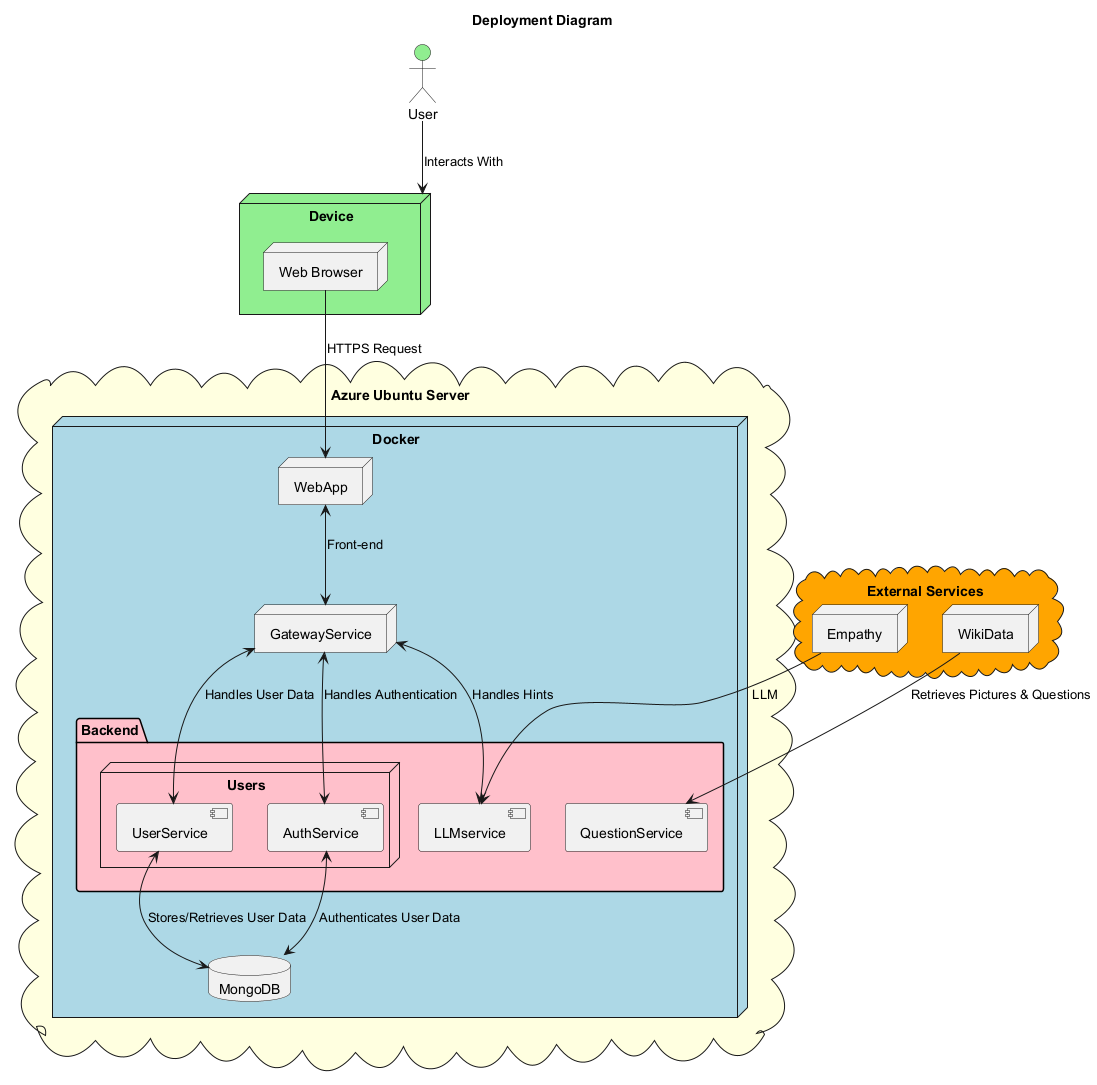
This is images/Deployment-View.png from Arquisoft/wichat_en3b, a PlantUML export, as it was before one commit. Source of this version:
```plantuml
@startuml
title Deployment Diagram

actor "User" as user #lightgreen

node Device as device #lightgreen {
    node "Web Browser" as browser
}

cloud "Azure Ubuntu Server" as server #lightyellow {
    node "Docker" as docker #lightblue {
        node "WebApp" as webapp
        node "GatewayService" as gateway
        database "MongoDB" as db

        folder "Backend" as microservices #pink {
            node "Users" as users {
              component "AuthService" as authservice
              component "UserService" as userservice
            }
            component "LLMservice" as llmservice
            component "QuestionService" as questionservice
        }
    }

}

cloud "External Services" as external #orange {
    node "WikiData" as wikidata
    node "Empathy" as empathy
}

user --> device : Interacts With
browser --> webapp : HTTPS Request
webapp <--> gateway : Front-end
gateway <--> authservice : Handles Authentication
gateway <--> userservice : Handles User Data
gateway <--> llmservice : Handles Hints
empathy --> llmservice : LLM
wikidata --> questionservice : Retrieves Pictures & Questions
userservice <--> db : Stores/Retrieves User Data
authservice <--> db : Authenticates User Data

@enduml
```
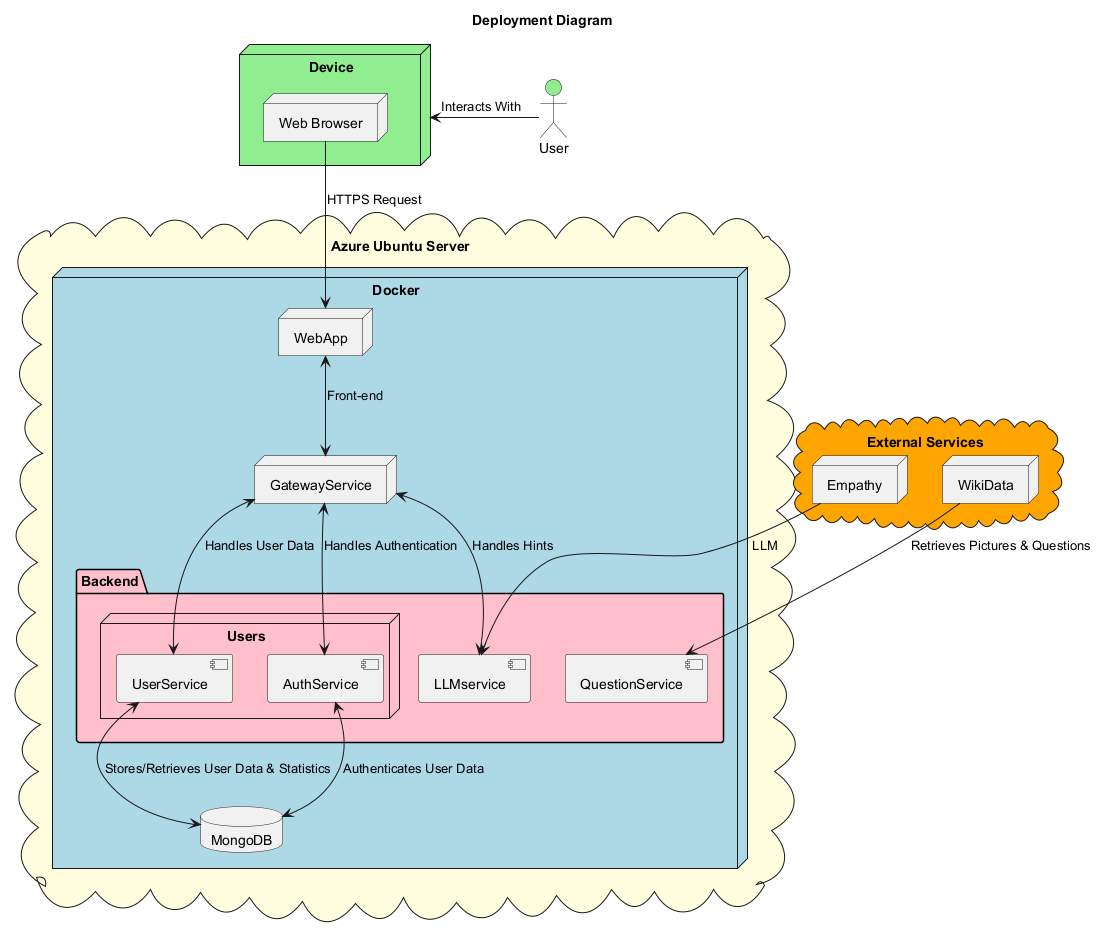
Later version of the same file.

Change to the diagram source:
```diff
@@ -30,7 +30,7 @@
     node "Empathy" as empathy
 }
 
-user --> device : Interacts With
+user -left-> device : Interacts With
 browser --> webapp : HTTPS Request
 webapp <--> gateway : Front-end
 gateway <--> authservice : Handles Authentication
@@ -38,7 +38,7 @@
 gateway <--> llmservice : Handles Hints
 empathy --> llmservice : LLM
 wikidata --> questionservice : Retrieves Pictures & Questions
-userservice <--> db : Stores/Retrieves User Data
+userservice <--> db : Stores/Retrieves User Data & Statistics
 authservice <--> db : Authenticates User Data
 
 @enduml
```
